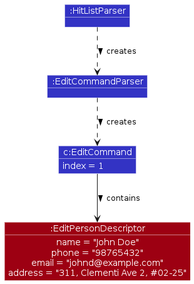
Before: diagrams/edit-person/PersonEditParsing.png, a diagram exported from PlantUML (AY2526S2-CS2103T-W11-2/tp). Its source is kept beside it as diagrams/edit-person/PersonEditParsing.puml.
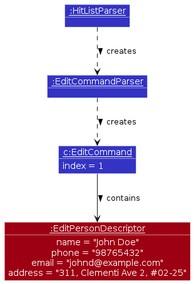
After the change.

What changed in the source:
```diff
@@ -10,10 +10,10 @@
 show objects
 show members
 
-object ":HitListParser" as HitListParser LOGIC_COLOR
-object ":EditCommandParser" as EditCommandParser LOGIC_COLOR
-object "c:EditCommand" as EditCommand LOGIC_COLOR
-object ":EditPersonDescriptor" as EditPersonDescriptor MODEL_COLOR
+object "<u>:HitListParser</u>" as HitListParser LOGIC_COLOR
+object "<u>:EditCommandParser</u>" as EditCommandParser LOGIC_COLOR
+object "<u>c:EditCommand</u>" as EditCommand LOGIC_COLOR
+object "<u>:EditPersonDescriptor</u>" as EditPersonDescriptor MODEL_COLOR
 
 HitListParser ..> EditCommandParser : creates >
 EditCommandParser ..> EditCommand : creates >
```
